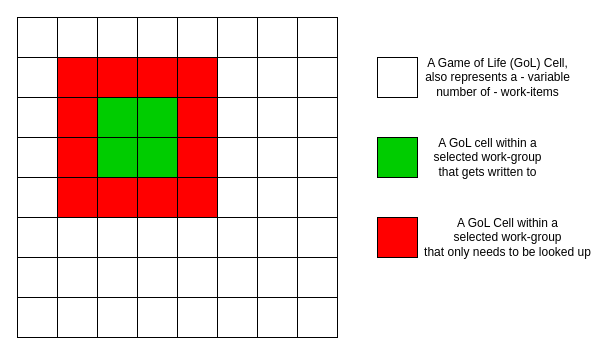
Before: docs/imgs/opencl_mem_access.drawio in GjergjiSh/hpc-game-of-life, a draw.io diagram. Source tidied: cells renumbered, new cells numbered last; positions are measured from the earlier drawing's top-left corner, leaving out a move shared by most shapes. Both pictures are drawn from the tidied source at 100%, with x=0, y=0 at pixel (17, 17).
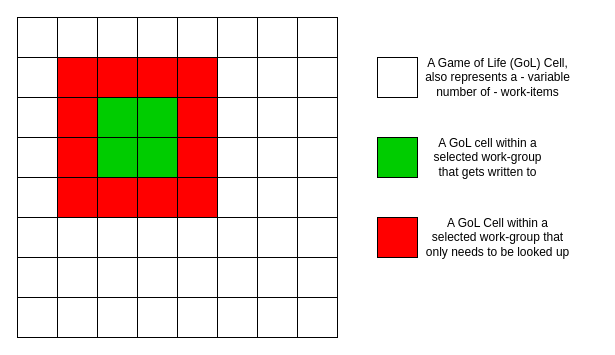
The same diagram, later.

Commit message (it also covers changes not shown here):
Add Parts of the documentation for opencl

Change to the diagram source:
```diff
@@
-    <mxCell id="72" value="&lt;div&gt;A GoL Cell within a &lt;br&gt;&lt;/div&gt;&lt;div&gt;selected work-group &lt;br&gt;&lt;/div&gt;&lt;div&gt;that only needs to be looked up&lt;/div&gt;" style="text;html=1;align=center;verticalAlign=middle;strokeColor=none;fillColor=none;" parent="1" vertex="1">
-      <mxGeometry x="400" y="195" width="180" height="50" as="geometry" />
+    <mxCell id="72" value="&lt;div&gt;A GoL Cell within a &lt;br&gt;&lt;/div&gt;&lt;div&gt;selected work-group that &lt;br&gt;&lt;/div&gt;&lt;div&gt;only needs to be looked up&lt;/div&gt;" style="text;html=1;align=center;verticalAlign=middle;strokeColor=none;fillColor=none;" parent="1" vertex="1">
+      <mxGeometry x="400" y="195" width="160" height="50" as="geometry" />
     </mxCell>
```
